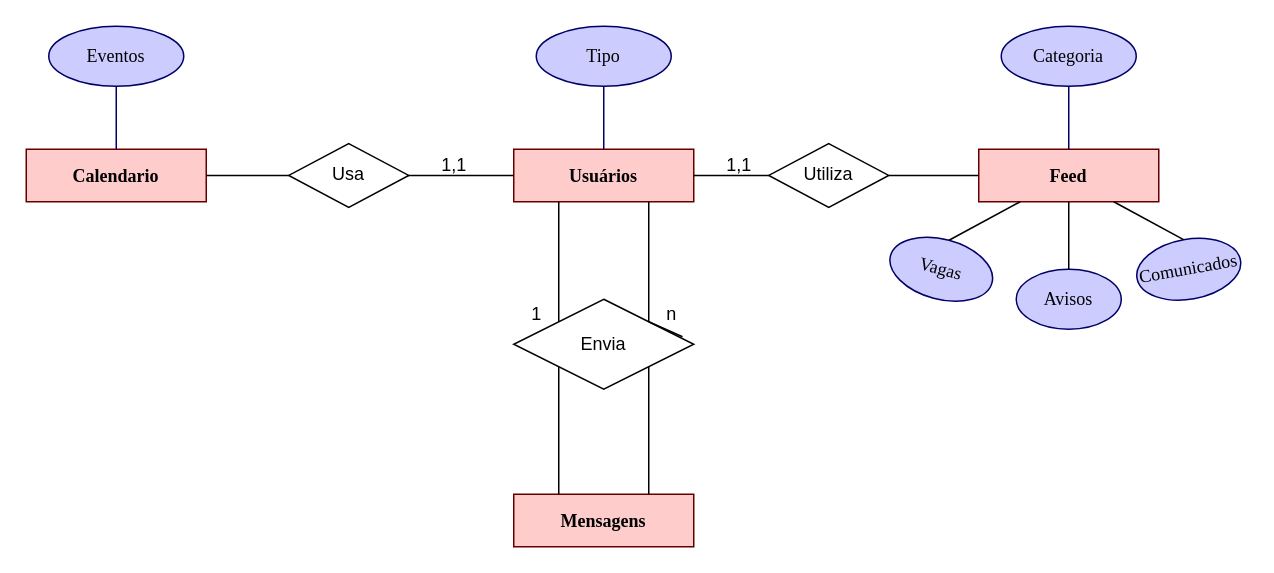
Above: DERUconnect.drawio in Onalucrehr/DERUconnect (draw.io), before the change. Source tidied: cells renumbered, new cells numbered last; positions are measured from the earlier drawing's top-left corner, leaving out a move shared by most shapes. Both pictures are drawn from the tidied source at 150%, with x=0, y=0 at pixel (26, 26).
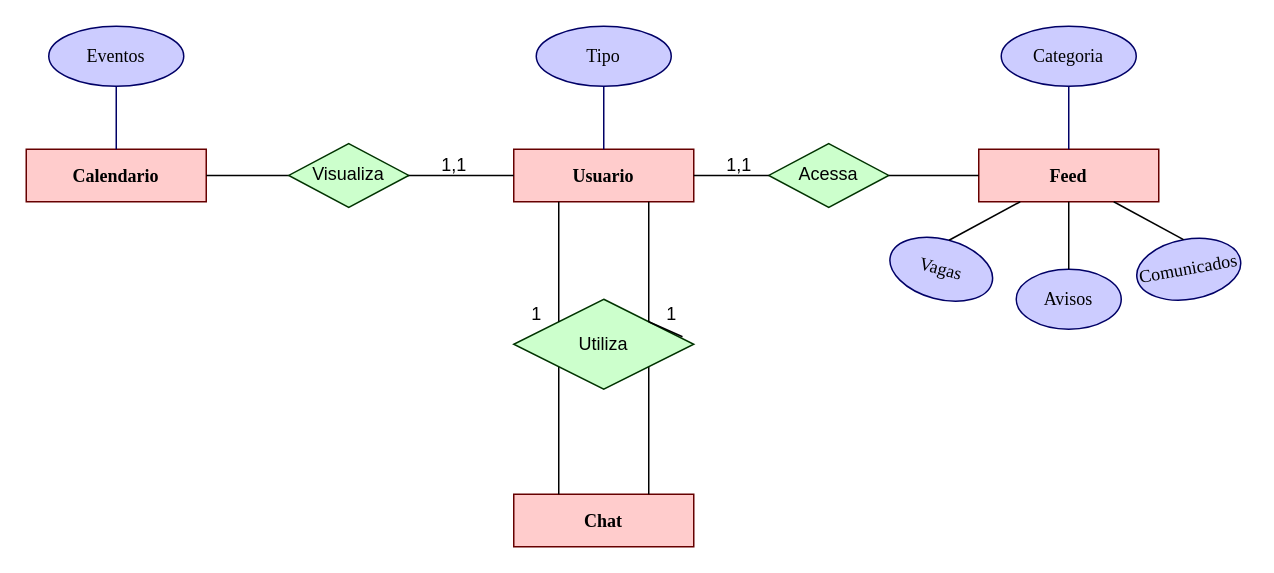
The same page after the edit.

Diff of the diagram source:
```diff
@@
-    <mxCell id="2" value="Usuários" style="rounded=0;whiteSpace=wrap;html=1;fillColor=#FFCCCC;strokeColor=#660000;fontFamily=Times New Roman;fontStyle=1;" parent="1" vertex="1">
+    <mxCell id="2" value="Usuario" style="rounded=0;whiteSpace=wrap;html=1;fillColor=#FFCCCC;strokeColor=#660000;fontFamily=Times New Roman;fontStyle=1;" parent="1" vertex="1">
       <mxGeometry x="325" y="82" width="120" height="35" as="geometry" />
     </mxCell>
@@
-    <mxCell id="11" value="Utiliza" style="rhombus;whiteSpace=wrap;html=1;" parent="1" vertex="1">
+    <mxCell id="11" value="Acessa" style="rhombus;whiteSpace=wrap;html=1;fillColor=#CCFFCC;strokeColor=#003300;" parent="1" vertex="1">
       <mxGeometry x="495" y="78.2" width="80" height="42.5" as="geometry" />
     </mxCell>
-    <mxCell id="12" value="Mensagens" style="rounded=0;whiteSpace=wrap;html=1;fillColor=#FFCCCC;strokeColor=#660000;fontFamily=Times New Roman;fontStyle=1;" parent="1" vertex="1">
+    <mxCell id="12" value="Chat" style="rounded=0;whiteSpace=wrap;html=1;fillColor=#FFCCCC;strokeColor=#660000;fontFamily=Times New Roman;fontStyle=1;" parent="1" vertex="1">
       <mxGeometry x="325" y="312" width="120" height="35" as="geometry" />
     </mxCell>
@@
-    <mxCell id="15" value="Envia" style="rhombus;whiteSpace=wrap;html=1;" parent="1" vertex="1">
+    <mxCell id="15" value="Utiliza" style="rhombus;whiteSpace=wrap;html=1;fillColor=#CCFFCC;strokeColor=#003300;" parent="1" vertex="1">
       <mxGeometry x="325" y="182" width="120" height="60" as="geometry" />
     </mxCell>
@@
-    <mxCell id="28" value="Usa" style="rhombus;whiteSpace=wrap;html=1;" parent="1" vertex="1">
+    <mxCell id="28" value="Visualiza" style="rhombus;whiteSpace=wrap;html=1;fillColor=#CCFFCC;strokeColor=#003300;" parent="1" vertex="1">
       <mxGeometry x="175" y="78.2" width="80" height="42.5" as="geometry" />
     </mxCell>
@@
-    <mxCell id="32" value="n" style="text;html=1;align=center;verticalAlign=middle;points=[];strokeColor=none;fillColor=none;" parent="1" vertex="1">
+    <mxCell id="32" value="1" style="text;html=1;align=center;verticalAlign=middle;points=[];strokeColor=none;fillColor=none;" parent="1" vertex="1">
       <mxGeometry x="415" y="177" width="30" height="30" as="geometry" />
     </mxCell>
```
